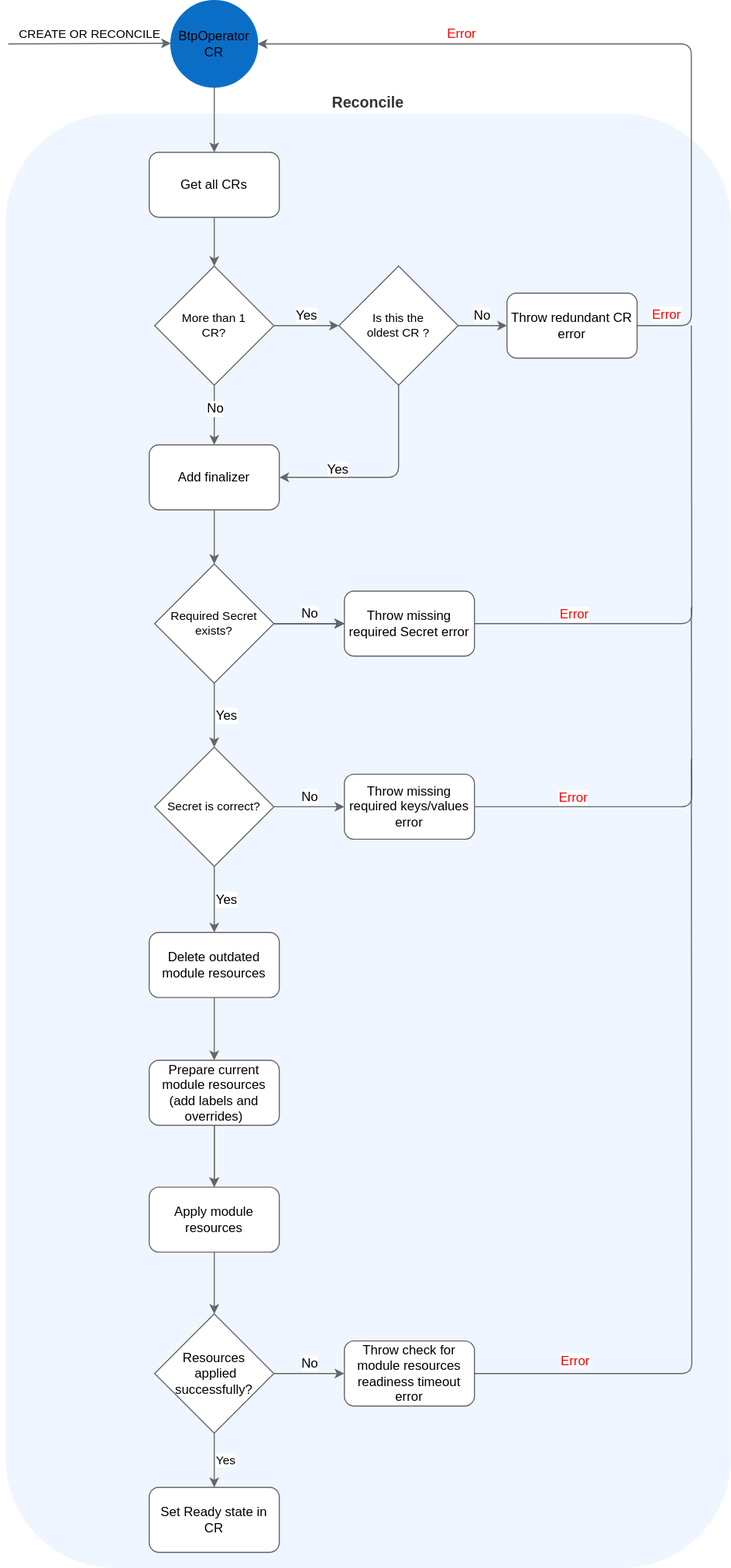
The draw.io diagram docs/assets/provisioning.svg in kyma-project/btp-manager, before a commit. Source tidied: cells renumbered, new cells last; positions are measured from the earlier drawing's top-left corner, leaving out a move shared by most shapes.
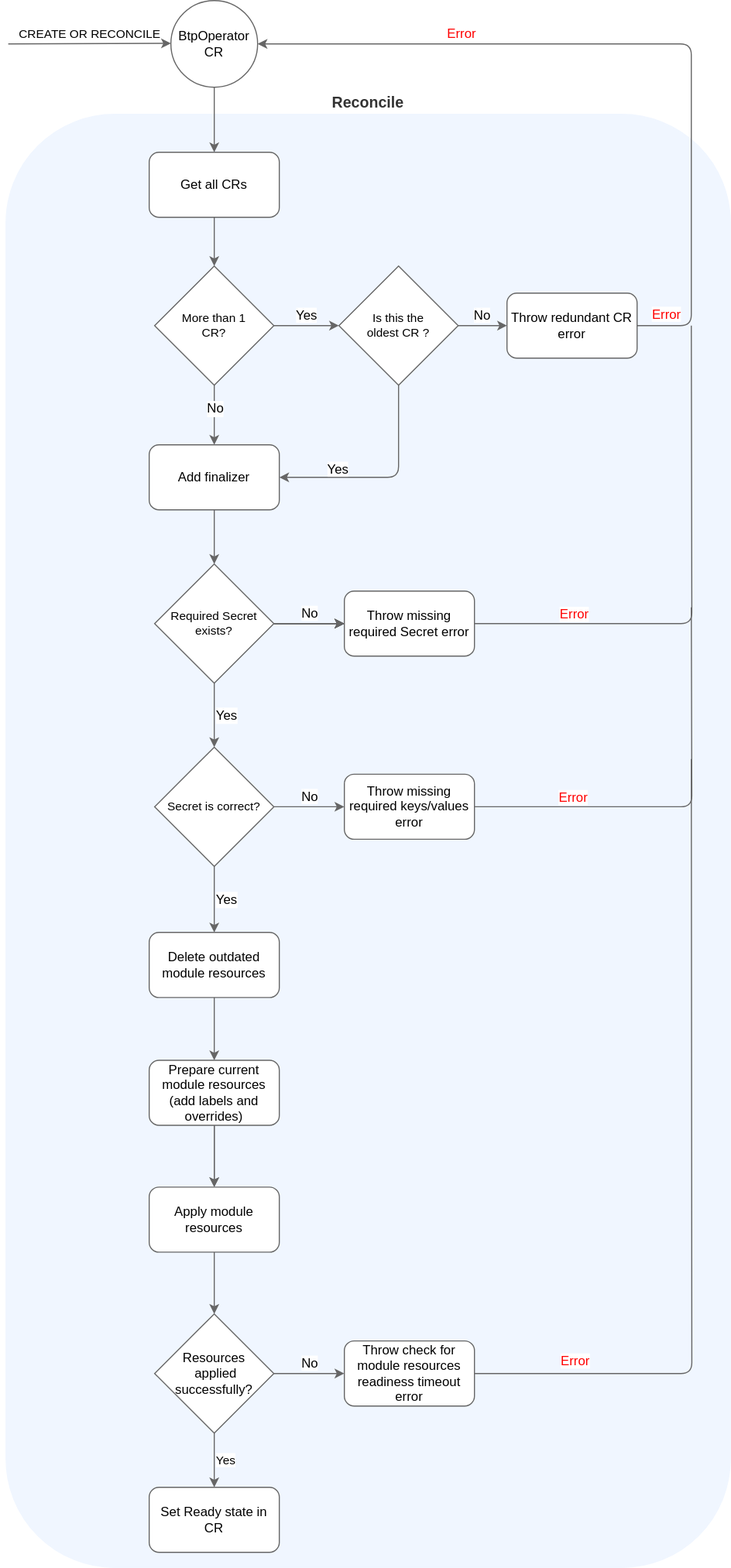
Later version of the same file.

Diff of the diagram source:
```diff
@@ -8,7 +8,7 @@
     <mxCell id="3" style="edgeStyle=orthogonalEdgeStyle;rounded=1;jettySize=auto;html=1;fontSize=12;strokeColor=#666666;" parent="1" edge="1" source="4" target="11">
       <mxGeometry relative="1" as="geometry" />
     </mxCell>
-    <mxCell id="4" value="BtpOperator CR" style="ellipse;whiteSpace=wrap;html=1;align=center;fillColor=#0a6ec7;strokeColor=#0a6ec7;" parent="1" vertex="1">
+    <mxCell id="4" value="BtpOperator CR" style="ellipse;whiteSpace=wrap;html=1;align=center;fillColor=#FFFFFF;strokeColor=#666666;" parent="1" vertex="1">
       <mxGeometry x="152" width="80" height="80" as="geometry" />
     </mxCell>
     <mxCell id="5" value="CREATE OR RECONCILE" style="endArrow=classic;html=1;rounded=1;labelPosition=center;verticalLabelPosition=top;align=center;verticalAlign=bottom;strokeColor=#666666;" parent="1" edge="1">
```
